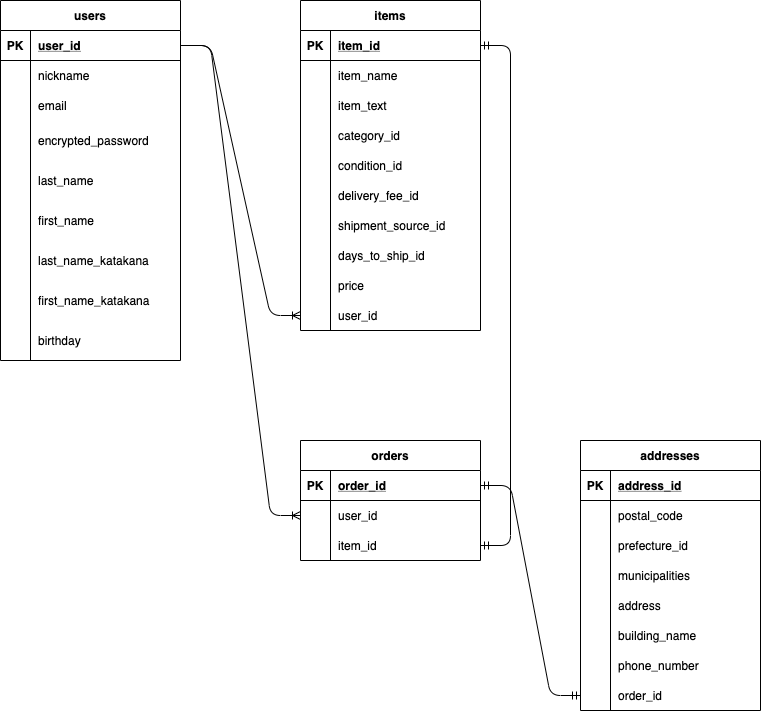
Earlier version of the draw.io export ER.png (shibayamasho/furima-34448). Source tidied: cells renumbered, new cells last; positions are measured from the earlier drawing's top-left corner, leaving out a move shared by most shapes.
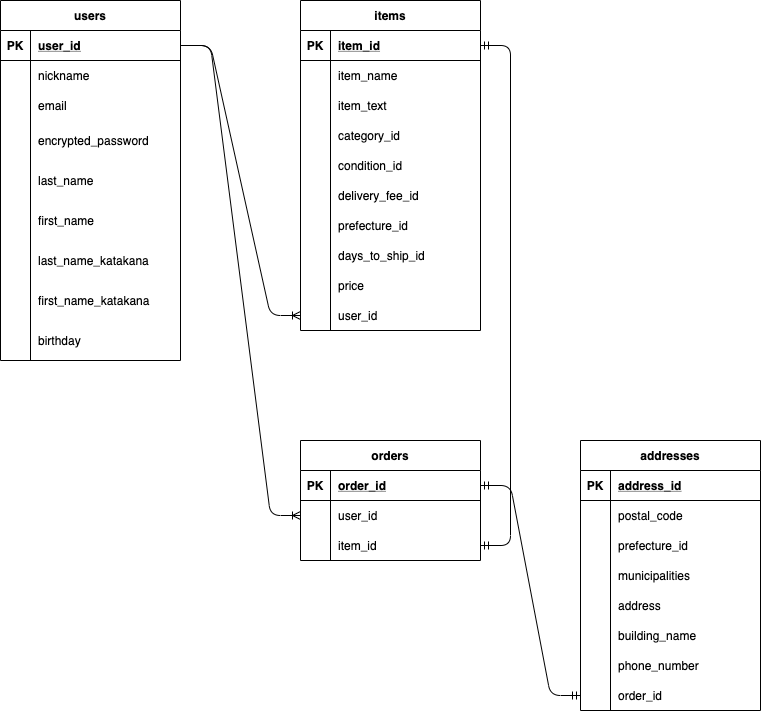
The same diagram one commit later.

Change to the diagram source:
```diff
@@ -149,7 +149,7 @@
     <mxCell id="50" style="shape=partialRectangle;fillColor=none;top=0;left=0;bottom=0;right=0;overflow=hidden;" parent="49" vertex="1">
       <mxGeometry width="30" height="30" as="geometry" />
     </mxCell>
-    <mxCell id="51" value="shipment_source_id" style="shape=partialRectangle;fillColor=none;top=0;left=0;bottom=0;right=0;align=left;spacingLeft=6;overflow=hidden;" parent="49" vertex="1">
+    <mxCell id="51" value="prefecture_id" style="shape=partialRectangle;fillColor=none;top=0;left=0;bottom=0;right=0;align=left;spacingLeft=6;overflow=hidden;" parent="49" vertex="1">
       <mxGeometry x="30" width="150" height="30" as="geometry" />
     </mxCell>
     <mxCell id="52" style="shape=partialRectangle;fillColor=none;top=0;left=0;bottom=0;right=0;" parent="30" vertex="1">
```
